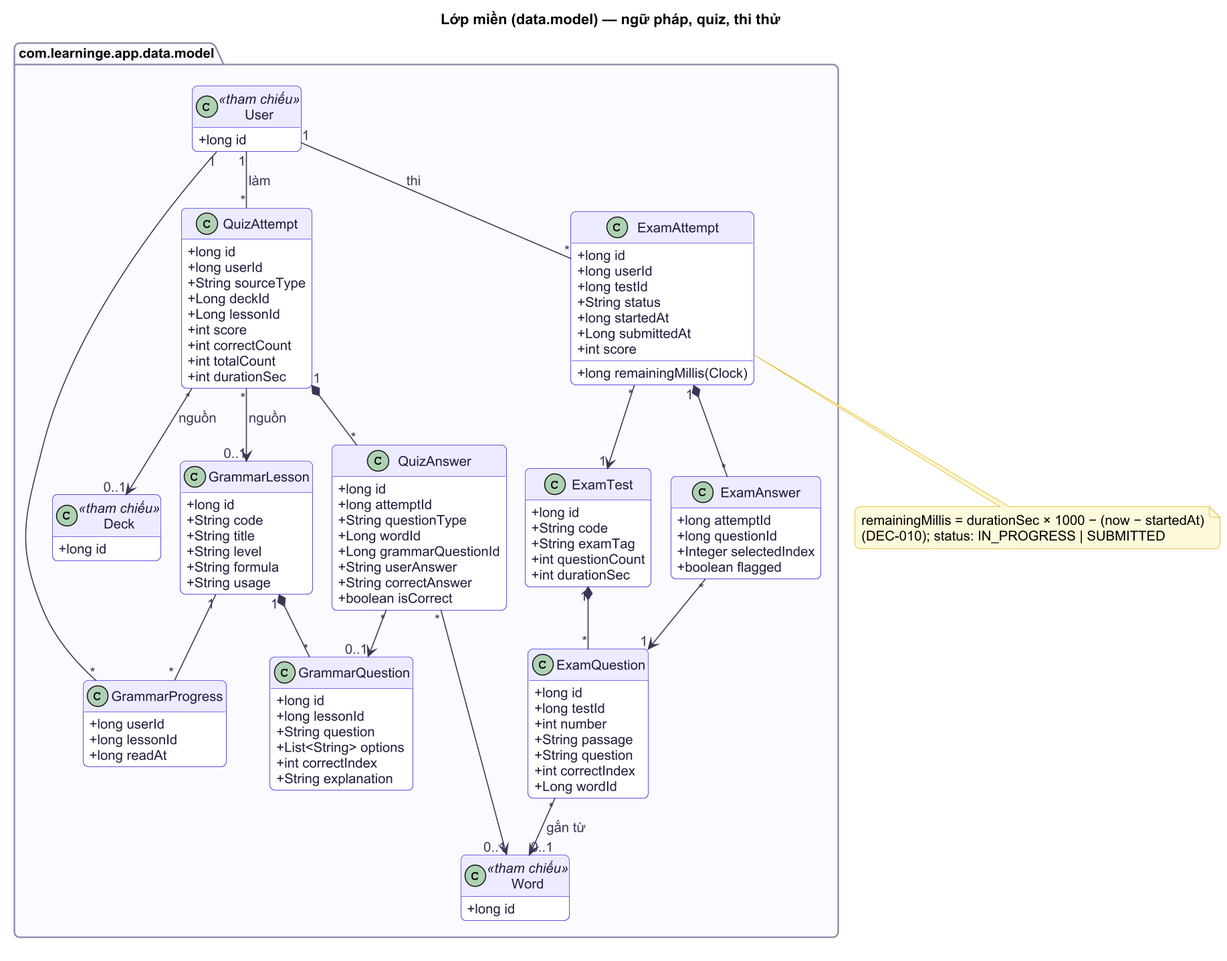
at1308033-sketch/LearningE_app keeps this PlantUML diagram as docs/diagrams/class/cls-model-assessment.png. Above is the earlier version. Its diagram source:
```plantuml
@startuml
!include ../_style.puml
set separator none
title Lớp miền (data.model) — ngữ pháp, quiz, thi thử
hide empty methods
skinparam classAttributeIconSize 0

package "com.learninge.app.data.model" {
  class User <<tham chiếu>> {
    +long id
  }
  class Deck <<tham chiếu>> {
    +long id
  }
  class Word <<tham chiếu>> {
    +long id
  }
  class GrammarLesson {
    +long id
    +String code
    +String title
    +String level
    +String formula
    +String usage
  }
  class GrammarQuestion {
    +long id
    +long lessonId
    +String question
    +List<String> options
    +int correctIndex
    +String explanation
  }
  class GrammarProgress {
    +long userId
    +long lessonId
    +long readAt
  }
  class QuizAttempt {
    +long id
    +long userId
    +String sourceType
    +Long deckId
    +Long lessonId
    +int score
    +int correctCount
    +int totalCount
    +int durationSec
  }
  class QuizAnswer {
    +long id
    +long attemptId
    +String questionType
    +Long wordId
    +Long grammarQuestionId
    +String userAnswer
    +String correctAnswer
    +boolean isCorrect
  }
  class ExamTest {
    +long id
    +String code
    +String examTag
    +int questionCount
    +int durationSec
  }
  class ExamQuestion {
    +long id
    +long testId
    +int number
    +String passage
    +String question
    +int correctIndex
    +Long wordId
  }
  class ExamAttempt {
    +long id
    +long userId
    +long testId
    +String status
    +long startedAt
    +Long submittedAt
    +int score
    +long remainingMillis(Clock)
  }
  class ExamAnswer {
    +long attemptId
    +long questionId
    +Integer selectedIndex
    +boolean flagged
  }
}

GrammarLesson "1" *-- "*" GrammarQuestion
User "1" -- "*" GrammarProgress
GrammarLesson "1" -- "*" GrammarProgress
User "1" -- "*" QuizAttempt : làm >
QuizAttempt "*" --> "0..1" Deck : nguồn
QuizAttempt "*" --> "0..1" GrammarLesson : nguồn
QuizAttempt "1" *-- "*" QuizAnswer
QuizAnswer "*" --> "0..1" Word
QuizAnswer "*" --> "0..1" GrammarQuestion
ExamTest "1" *-- "*" ExamQuestion
ExamQuestion "*" --> "0..1" Word : gắn từ
User "1" -- "*" ExamAttempt : thi >
ExamAttempt "*" --> "1" ExamTest
ExamAttempt "1" *-- "*" ExamAnswer
ExamAnswer "*" --> "1" ExamQuestion

note bottom of ExamAttempt
  remainingMillis = durationSec × 1000 − (now − startedAt)
  (DEC-010); status: IN_PROGRESS | SUBMITTED
end note
@enduml
```
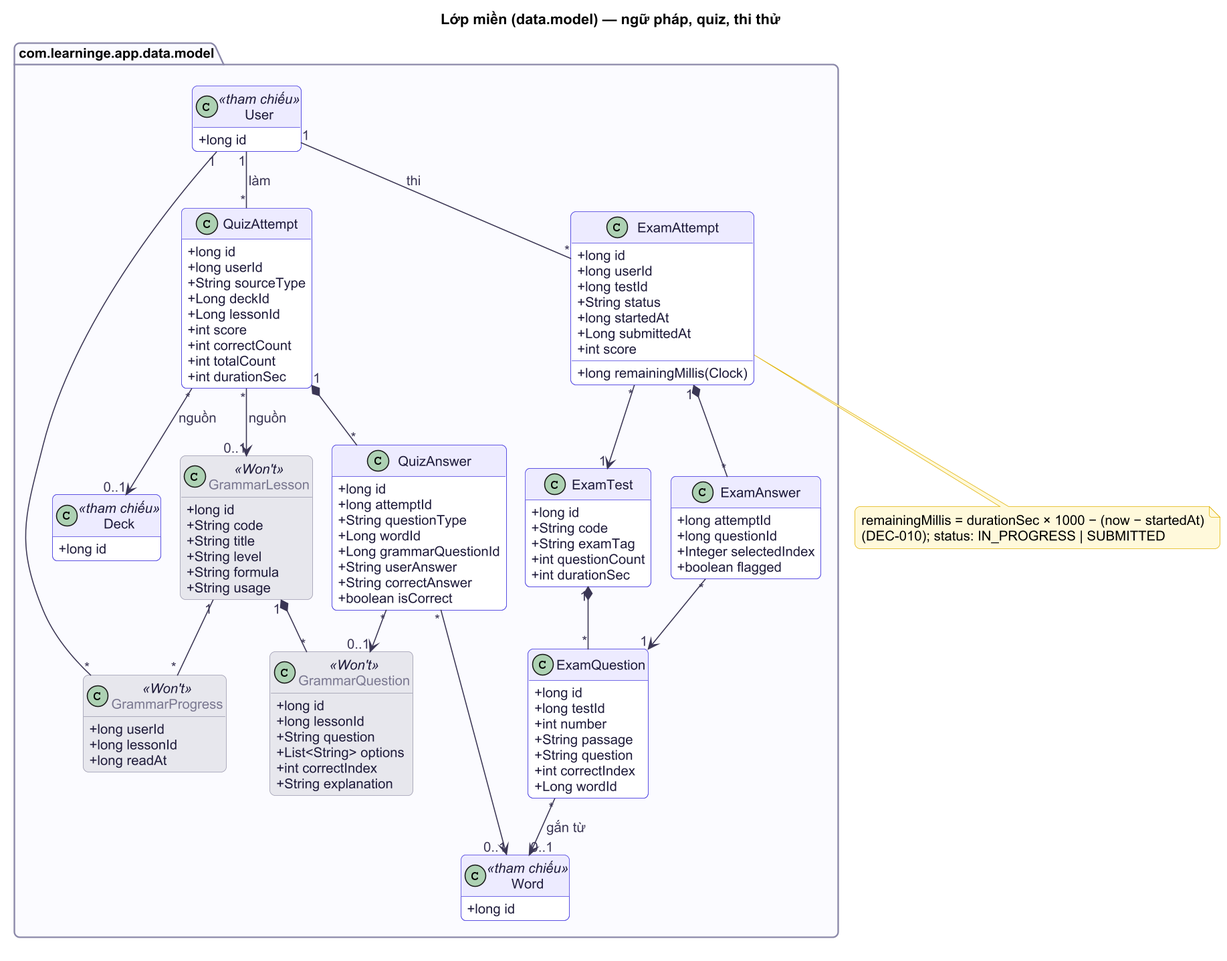
The same file after the commit.

The edit, as a diff of the source:
```diff
@@ -3,6 +3,11 @@
 set separator none
 title Lớp miền (data.model) — ngữ pháp, quiz, thi thử
 hide empty methods
+skinparam class<<Won't>> {
+  BackgroundColor #E6E6EC
+  BorderColor #9A98AD
+  FontColor #7A7890
+}
 skinparam classAttributeIconSize 0
 
 package "com.learninge.app.data.model" {
@@ -15,7 +20,7 @@
   class Word <<tham chiếu>> {
     +long id
   }
-  class GrammarLesson {
+  class GrammarLesson <<Won't>> {
     +long id
     +String code
     +String title
@@ -23,7 +28,7 @@
     +String formula
     +String usage
   }
-  class GrammarQuestion {
+  class GrammarQuestion <<Won't>> {
     +long id
     +long lessonId
     +String question
@@ -31,7 +36,7 @@
     +int correctIndex
     +String explanation
   }
-  class GrammarProgress {
+  class GrammarProgress <<Won't>> {
     +long userId
     +long lessonId
     +long readAt
```
